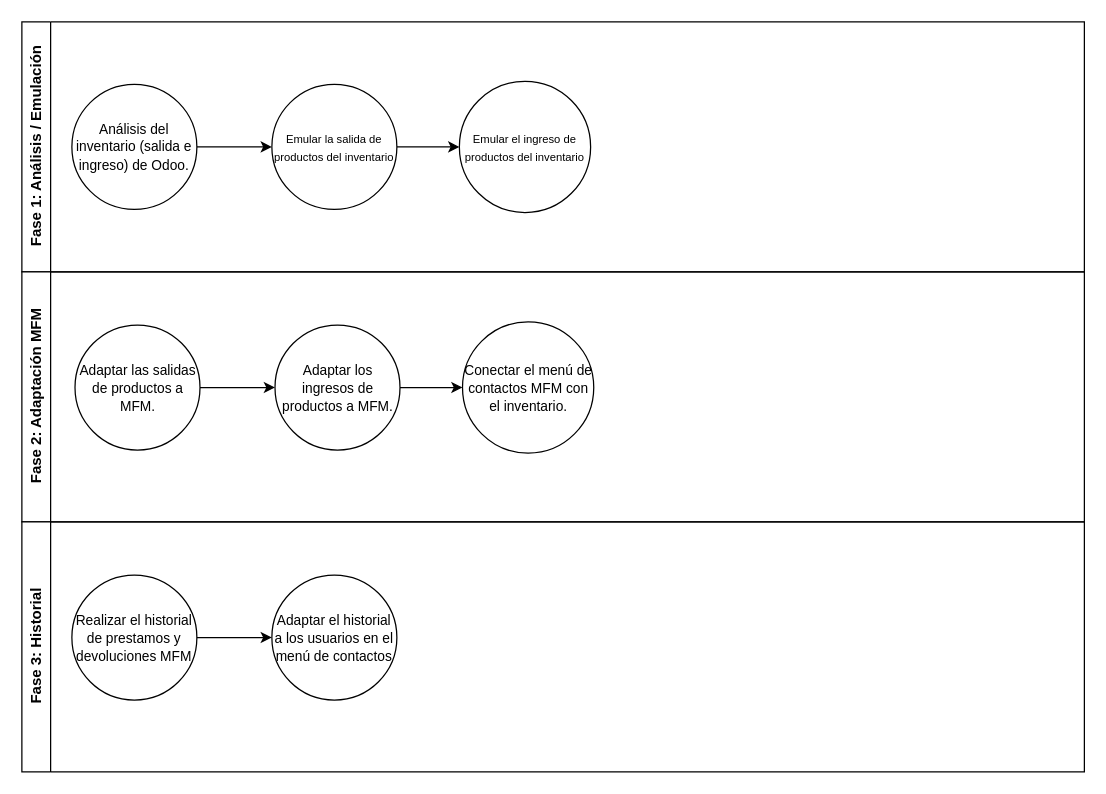
Before: page "Fase 2 (emisiones y devoluciones)" (2 of 2) of MFM_planning.drawio in KoiShark/practice_mod, a draw.io diagram. Source tidied: cells renumbered, new cells numbered last; positions are measured from the earlier drawing's top-left corner, leaving out a move shared by most shapes. Both pictures are drawn from the tidied source at 125%, with x=0, y=0 at pixel (21, 21).
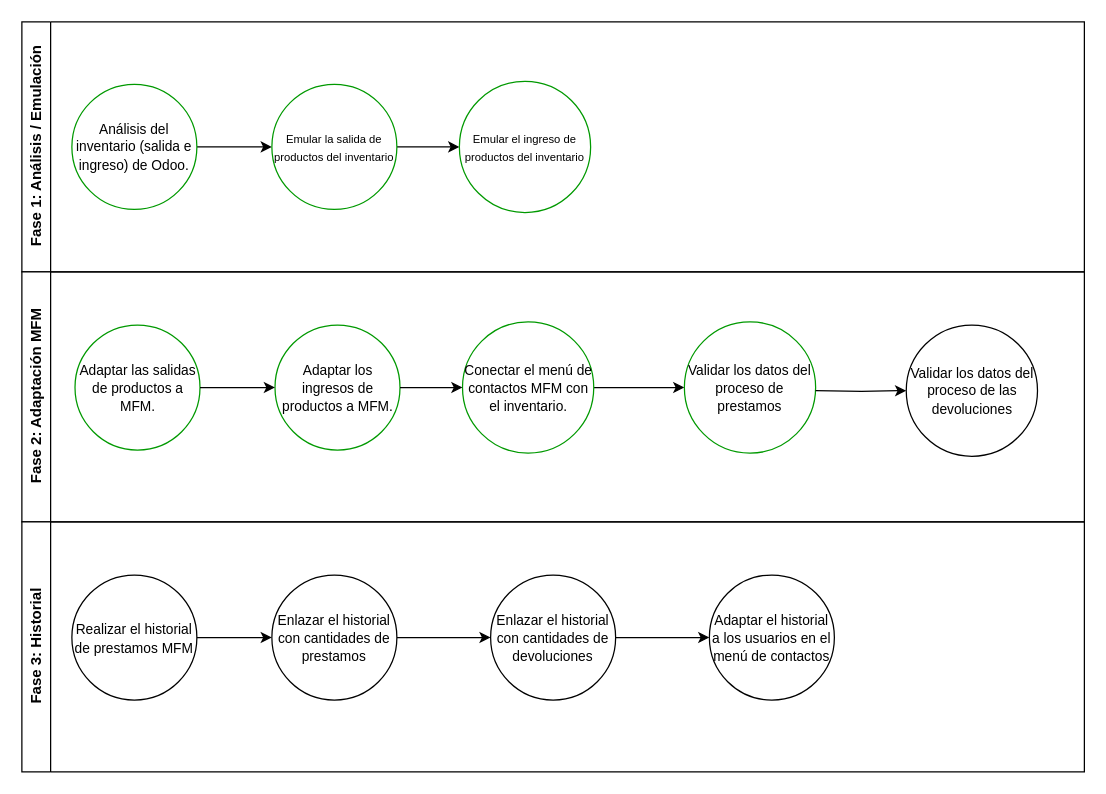
The same diagram, later.

Unchanged cells that the change refers to:
```xml
<mxCell id="2" value="Fase 1: Análisis / Emulación" style="swimlane;horizontal=0;whiteSpace=wrap;html=1;" parent="1" vertex="1">
  <mxGeometry width="850" height="200" as="geometry" />
</mxCell>
<mxCell id="8" value="&lt;font style=&quot;font-size: 12px;&quot;&gt;Fase 2: &lt;span style=&quot;background: transparent&quot;&gt;&lt;font style=&quot;font-size: 12px;&quot;&gt;Adaptación&lt;/font&gt;&lt;/span&gt;&lt;span style=&quot;background: transparent&quot;&gt;&lt;font style=&quot;font-size: 12px;&quot;&gt; MFM&lt;/font&gt;&lt;/span&gt;&lt;br&gt;&lt;/font&gt;" style="swimlane;horizontal=0;whiteSpace=wrap;html=1;" parent="1" vertex="1">
  <mxGeometry y="200" width="850" height="200" as="geometry" />
</mxCell>
<mxCell id="14" value="Fase 3: Historial" style="swimlane;horizontal=0;whiteSpace=wrap;html=1;" parent="1" vertex="1">
  <mxGeometry y="400" width="850" height="200" as="geometry" />
</mxCell>
```

Diff of the diagram source:
```diff
@@
-    <mxCell id="4" value="&lt;font style=&quot;font-size: 11px;&quot;&gt;&lt;span style=&quot;background: transparent&quot;&gt;&lt;font style=&quot;font-size: 11px;&quot;&gt;Análisis del&lt;/font&gt;&lt;/span&gt;&lt;span style=&quot;background: transparent&quot;&gt;&lt;font style=&quot;font-size: 11px;&quot;&gt; inventario (salida e ingreso) de Odoo.&lt;/font&gt;&lt;/span&gt;&lt;/font&gt;&lt;div style=&quot;font-size: 11px;&quot; align=&quot;left&quot;&gt;&lt;/div&gt;" style="ellipse;whiteSpace=wrap;html=1;strokeColor=#000000;" parent="2" vertex="1">
+    <mxCell id="4" value="&lt;font style=&quot;font-size: 11px;&quot;&gt;&lt;span style=&quot;background: transparent&quot;&gt;&lt;font style=&quot;font-size: 11px;&quot;&gt;Análisis del&lt;/font&gt;&lt;/span&gt;&lt;span style=&quot;background: transparent&quot;&gt;&lt;font style=&quot;font-size: 11px;&quot;&gt; inventario (salida e ingreso) de Odoo.&lt;/font&gt;&lt;/span&gt;&lt;/font&gt;&lt;div style=&quot;font-size: 11px;&quot; align=&quot;left&quot;&gt;&lt;/div&gt;" style="ellipse;whiteSpace=wrap;html=1;strokeColor=#009900;" parent="2" vertex="1">
       <mxGeometry x="40" y="50" width="100" height="100" as="geometry" />
     </mxCell>
@@
-    <mxCell id="6" value="&lt;font style=&quot;font-size: 9px;&quot;&gt;Emular la salida de productos del inventario&lt;/font&gt;" style="ellipse;whiteSpace=wrap;html=1;strokeColor=#000000;" parent="2" vertex="1">
+    <mxCell id="6" value="&lt;font style=&quot;font-size: 9px;&quot;&gt;Emular la salida de productos del inventario&lt;/font&gt;" style="ellipse;whiteSpace=wrap;html=1;strokeColor=#009900;" parent="2" vertex="1">
       <mxGeometry x="200" y="50" width="100" height="100" as="geometry" />
     </mxCell>
-    <mxCell id="7" value="&lt;font style=&quot;font-size: 9px;&quot;&gt;Emular el ingreso de productos del inventario&lt;/font&gt;" style="ellipse;whiteSpace=wrap;html=1;strokeColor=#000000;" parent="2" vertex="1">
+    <mxCell id="7" value="&lt;font style=&quot;font-size: 9px;&quot;&gt;Emular el ingreso de productos del inventario&lt;/font&gt;" style="ellipse;whiteSpace=wrap;html=1;strokeColor=#009900;" parent="2" vertex="1">
       <mxGeometry x="350" y="47.5" width="105" height="105" as="geometry" />
     </mxCell>
@@
-    <mxCell id="9" value="&lt;font style=&quot;font-size: 11px;&quot;&gt;&lt;span style=&quot;background: transparent&quot;&gt;&lt;font style=&quot;font-size: 11px;&quot;&gt;Adaptar las salidas de productos a MFM.&lt;/font&gt;&lt;/span&gt;&lt;span style=&quot;background: transparent&quot;&gt;&lt;font style=&quot;font-size: 11px;&quot;&gt;&lt;br&gt;&lt;/font&gt;&lt;/span&gt;&lt;/font&gt;&lt;div style=&quot;font-size: 11px;&quot; align=&quot;left&quot;&gt;&lt;/div&gt;" style="ellipse;whiteSpace=wrap;html=1;strokeColor=#000000;" parent="8" vertex="1">
+    <mxCell id="9" value="&lt;font style=&quot;font-size: 11px;&quot;&gt;&lt;span style=&quot;background: transparent&quot;&gt;&lt;font style=&quot;font-size: 11px;&quot;&gt;Adaptar las salidas de productos a MFM.&lt;/font&gt;&lt;/span&gt;&lt;span style=&quot;background: transparent&quot;&gt;&lt;font style=&quot;font-size: 11px;&quot;&gt;&lt;br&gt;&lt;/font&gt;&lt;/span&gt;&lt;/font&gt;&lt;div style=&quot;font-size: 11px;&quot; align=&quot;left&quot;&gt;&lt;/div&gt;" style="ellipse;whiteSpace=wrap;html=1;strokeColor=#009900;" parent="8" vertex="1">
       <mxGeometry x="42.5" y="42.5" width="100" height="100" as="geometry" />
     </mxCell>
-    <mxCell id="10" value="&lt;font style=&quot;font-size: 11px;&quot;&gt;&lt;span style=&quot;background: transparent&quot;&gt;&lt;font style=&quot;font-size: 11px;&quot;&gt;Adaptar los ingresos de productos a MFM.&lt;/font&gt;&lt;/span&gt;&lt;/font&gt;" style="ellipse;whiteSpace=wrap;html=1;strokeColor=#000000;" parent="8" vertex="1">
+    <mxCell id="10" value="&lt;font style=&quot;font-size: 11px;&quot;&gt;&lt;span style=&quot;background: transparent&quot;&gt;&lt;font style=&quot;font-size: 11px;&quot;&gt;Adaptar los ingresos de productos a MFM.&lt;/font&gt;&lt;/span&gt;&lt;/font&gt;" style="ellipse;whiteSpace=wrap;html=1;strokeColor=#009900;" parent="8" vertex="1">
       <mxGeometry x="202.5" y="42.5" width="100" height="100" as="geometry" />
     </mxCell>
@@
+    <mxCell id="18" style="edgeStyle=orthogonalEdgeStyle;rounded=0;jettySize=auto;html=1;" parent="8" edge="1" source="12" target="19">
+      <mxGeometry relative="1" as="geometry" />
+    </mxCell>
-    <mxCell id="12" value="&lt;font style=&quot;font-size: 11px;&quot;&gt;Conectar el menú de contactos MFM con el inventario.&lt;/font&gt;" style="ellipse;whiteSpace=wrap;html=1;strokeColor=#000000;" parent="8" vertex="1">
+    <mxCell id="12" value="&lt;font style=&quot;font-size: 11px;&quot;&gt;Conectar el menú de contactos MFM con el inventario.&lt;/font&gt;" style="ellipse;whiteSpace=wrap;html=1;strokeColor=#009900;" parent="8" vertex="1">
       <mxGeometry x="352.5" y="40" width="105" height="105" as="geometry" />
     </mxCell>
@@
+    <mxCell id="19" value="&lt;font style=&quot;font-size: 11px;&quot;&gt;Validar los datos del proceso de prestamos&lt;/font&gt;" style="ellipse;whiteSpace=wrap;html=1;strokeColor=#009900;" parent="8" vertex="1">
+      <mxGeometry x="530" y="40" width="105" height="105" as="geometry" />
+    </mxCell>
+    <mxCell id="20" style="edgeStyle=orthogonalEdgeStyle;rounded=0;jettySize=auto;html=1;" parent="8" edge="1" target="21">
+      <mxGeometry relative="1" as="geometry">
+        <mxPoint x="635" y="95" as="sourcePoint" />
+      </mxGeometry>
+    </mxCell>
+    <mxCell id="21" value="&lt;font style=&quot;font-size: 11px;&quot;&gt;Validar los datos del proceso de las devoluciones&lt;/font&gt;" style="ellipse;whiteSpace=wrap;html=1;strokeColor=#000000;" parent="8" vertex="1">
+      <mxGeometry x="707.5" y="42.5" width="105" height="105" as="geometry" />
+    </mxCell>
@@
-    <mxCell id="15" value="&lt;font style=&quot;font-size: 11px;&quot;&gt;Realizar el historial de prestamos y devoluciones MFM&lt;/font&gt;" style="ellipse;whiteSpace=wrap;html=1;strokeColor=#000000;" parent="14" vertex="1">
+    <mxCell id="15" value="&lt;font style=&quot;font-size: 11px;&quot;&gt;Realizar el historial de prestamos MFM&lt;/font&gt;" style="ellipse;whiteSpace=wrap;html=1;strokeColor=#000000;" parent="14" vertex="1">
       <mxGeometry x="40" y="42.5" width="100" height="100" as="geometry" />
     </mxCell>
+    <mxCell id="22" style="edgeStyle=orthogonalEdgeStyle;rounded=0;jettySize=auto;html=1;" parent="14" edge="1" source="16" target="24">
+      <mxGeometry relative="1" as="geometry" />
+    </mxCell>
-    <mxCell id="16" value="&lt;font style=&quot;font-size: 11px;&quot;&gt;Adaptar el historial a los usuarios en el menú de contactos&lt;/font&gt;" style="ellipse;whiteSpace=wrap;html=1;strokeColor=#000000;" parent="14" vertex="1">
+    <mxCell id="16" value="&lt;font style=&quot;font-size: 11px;&quot;&gt;Enlazar el historial con cantidades de prestamos &lt;/font&gt;" style="ellipse;whiteSpace=wrap;html=1;strokeColor=#000000;" parent="14" vertex="1">
       <mxGeometry x="200" y="42.5" width="100" height="100" as="geometry" />
     </mxCell>
@@
+    <mxCell id="23" style="edgeStyle=orthogonalEdgeStyle;rounded=0;jettySize=auto;html=1;" parent="14" edge="1" source="24" target="25">
+      <mxGeometry relative="1" as="geometry" />
+    </mxCell>
+    <mxCell id="24" value="&lt;font style=&quot;font-size: 11px;&quot;&gt;Enlazar el historial con cantidades de devoluciones&lt;/font&gt;" style="ellipse;whiteSpace=wrap;html=1;strokeColor=#000000;" parent="14" vertex="1">
+      <mxGeometry x="375" y="42.5" width="100" height="100" as="geometry" />
+    </mxCell>
+    <mxCell id="25" value="&lt;font style=&quot;font-size: 11px;&quot;&gt;Adaptar el historial a los usuarios en el menú de contactos&lt;/font&gt;" style="ellipse;whiteSpace=wrap;html=1;strokeColor=#000000;" parent="14" vertex="1">
+      <mxGeometry x="550" y="42.5" width="100" height="100" as="geometry" />
+    </mxCell>
```
